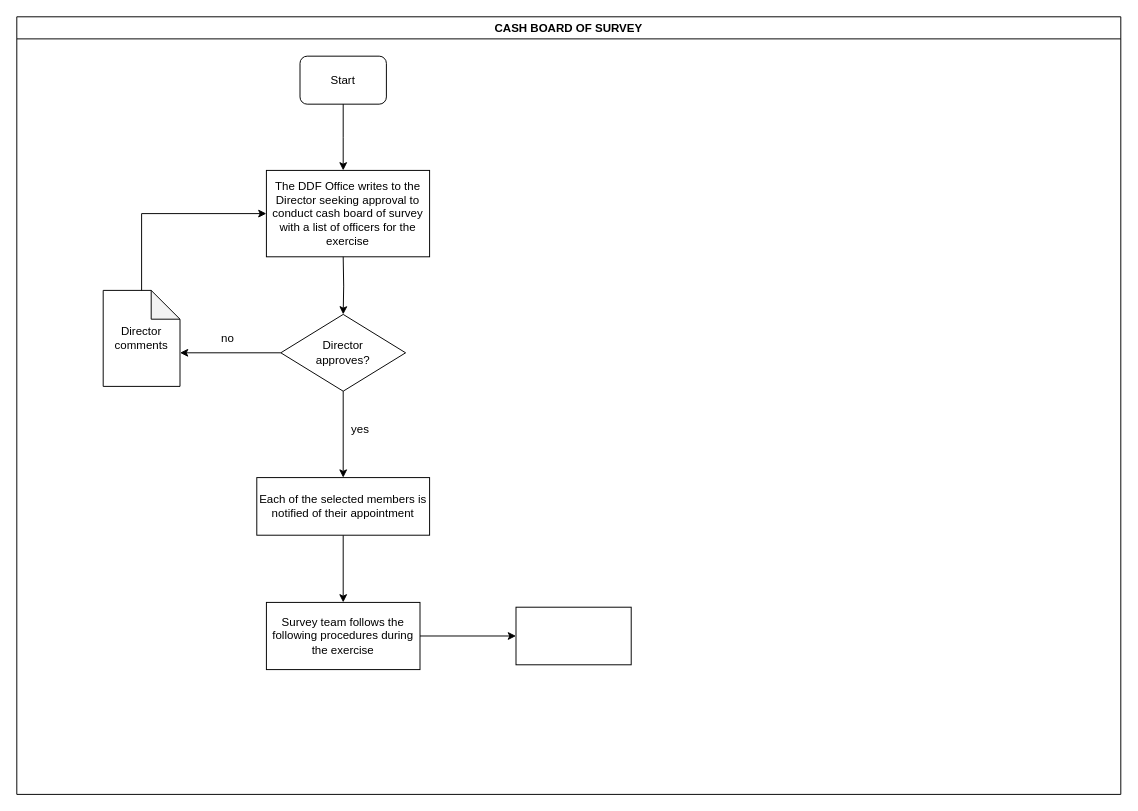
This is KEFRI-FIN-CASH BOARD OF SURVEY.drawio from kmagua/flowcharts, a draw.io file, before an edit. Source tidied: cells renumbered, new cells numbered last; positions are measured from the earlier drawing's top-left corner, leaving out a move shared by most shapes. Both pictures are drawn from the tidied source at 96%, with x=0, y=0 at pixel (16, 16).
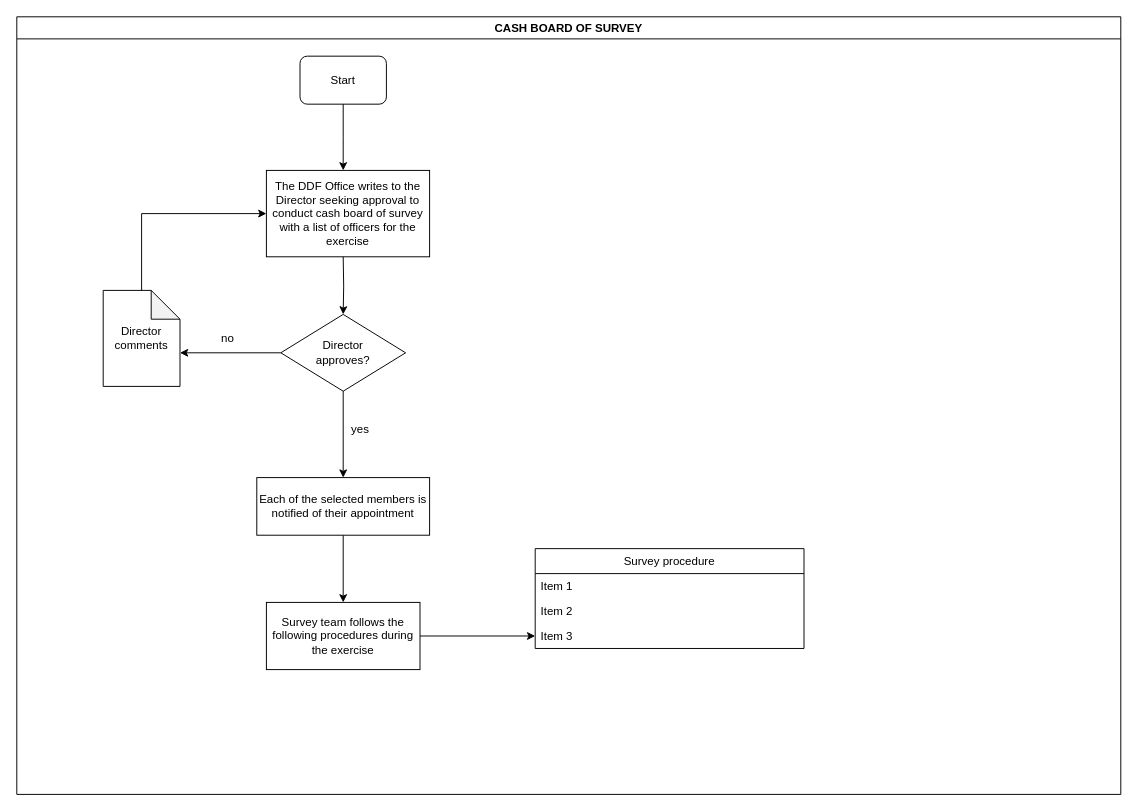
The same diagram, later.

The change refers to these unchanged cells:
```xml
<mxCell id="2" value="CASH BOARD OF SURVEY" style="swimlane;" parent="1" vertex="1">
  <mxGeometry width="1150" height="810" as="geometry" />
</mxCell>
<mxCell id="17" value="Survey team follows the following procedures during the exercise" style="whiteSpace=wrap;html=1;" parent="1" vertex="1">
  <mxGeometry x="260" y="610" width="160" height="70" as="geometry" />
</mxCell>
```

The edit, as a diff of the source:
```diff
@@
+    <mxCell id="19" value="Survey procedure" style="swimlane;fontStyle=0;horizontal=1;startSize=26;fillColor=none;" parent="2" vertex="1">
+      <mxGeometry x="540" y="554" width="280" height="104" as="geometry" />
+    </mxCell>
+    <mxCell id="20" value="Item 1" style="text;strokeColor=none;fillColor=none;align=left;verticalAlign=top;spacingLeft=4;spacingRight=4;overflow=hidden;" parent="19" vertex="1">
+      <mxGeometry y="26" width="280" height="26" as="geometry" />
+    </mxCell>
+    <mxCell id="21" value="Item 2" style="text;strokeColor=none;fillColor=none;align=left;verticalAlign=top;spacingLeft=4;spacingRight=4;overflow=hidden;" parent="19" vertex="1">
+      <mxGeometry y="52" width="280" height="26" as="geometry" />
+    </mxCell>
+    <mxCell id="22" value="Item 3" style="text;strokeColor=none;fillColor=none;align=left;verticalAlign=top;spacingLeft=4;spacingRight=4;overflow=hidden;points=[[0,0.5],[1,0.5]];portConstraint=eastwest;" parent="19" vertex="1">
+      <mxGeometry y="78" width="280" height="26" as="geometry" />
+    </mxCell>
@@
-    <mxCell id="16" style="edgeStyle=orthogonalEdgeStyle;rounded=0;jettySize=auto;html=1;" parent="1" edge="1" source="17" target="18">
+    <mxCell id="16" style="edgeStyle=orthogonalEdgeStyle;rounded=0;jettySize=auto;html=1;entryX=0;entryY=0.5;entryDx=0;entryDy=0;" parent="1" edge="1" source="17" target="22">
       <mxGeometry relative="1" as="geometry" />
     </mxCell>
@@
-    <mxCell id="18" style="whiteSpace=wrap;html=1;" parent="1" vertex="1">
-      <mxGeometry x="520" y="615" width="120" height="60" as="geometry" />
-    </mxCell>
```
